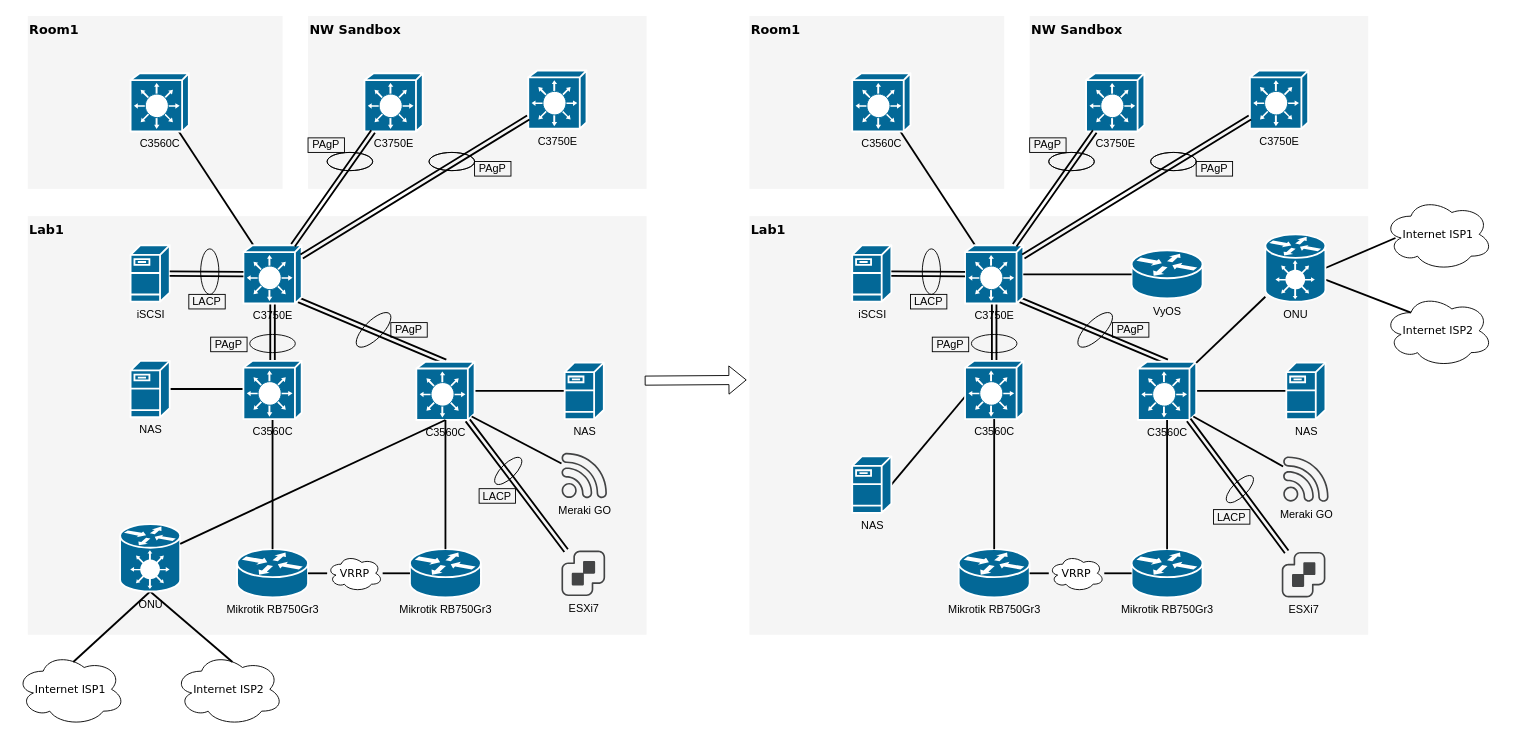
This is HomeNetwork_plan1.drawio from hirofumihida/drowio-home, a draw.io file, before an edit. Source tidied: cells renumbered, new cells numbered last; positions are measured from the earlier drawing's top-left corner, leaving out a move shared by most shapes. Both pictures are drawn from the tidied source at 91%, with x=0, y=0 at pixel (15, 15).
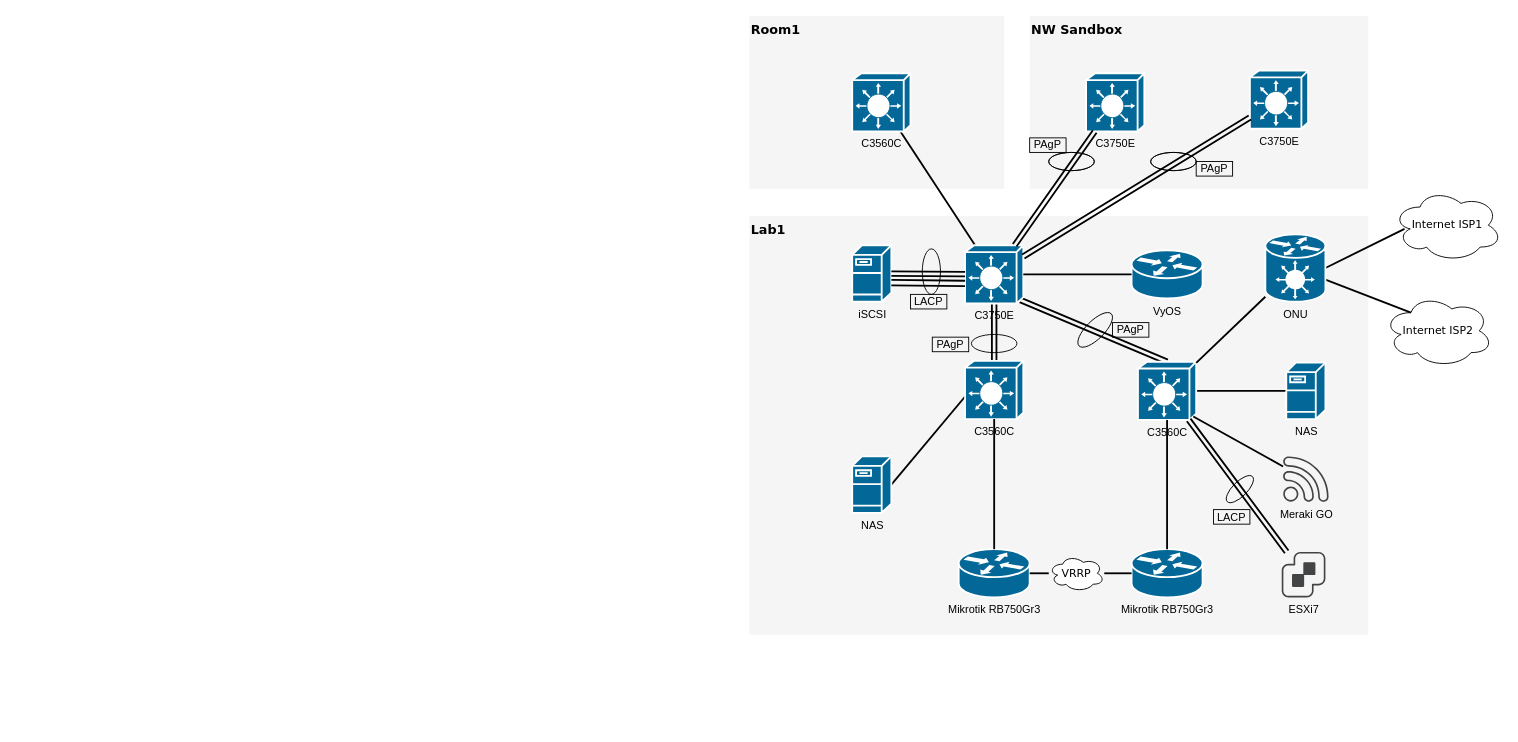
The same diagram, later.

Commit message:
HomeNetwork_plan1.drawio を更新します

What changed in the source:
```diff
@@
-    <mxCell id="2" value="NW Sandbox" style="whiteSpace=wrap;html=1;rounded=0;shadow=0;comic=0;strokeWidth=1;fontFamily=Verdana;fontSize=14;fillColor=#f5f5f5;strokeColor=none;verticalAlign=top;fontStyle=1;align=left;" parent="1" vertex="1">
-      <mxGeometry x="321" width="372" height="190" as="geometry" />
-    </mxCell>
-    <mxCell id="3" value="Room1" style="whiteSpace=wrap;html=1;rounded=0;shadow=0;comic=0;strokeWidth=1;fontFamily=Verdana;fontSize=14;fillColor=#f5f5f5;strokeColor=none;verticalAlign=top;fontStyle=1;align=left;" parent="1" vertex="1">
-      <mxGeometry x="13" width="280" height="190" as="geometry" />
-    </mxCell>
-    <mxCell id="4" value="Lab1" style="whiteSpace=wrap;html=1;rounded=0;shadow=0;comic=0;strokeWidth=1;fontFamily=Verdana;fontSize=14;fillColor=#f5f5f5;strokeColor=none;verticalAlign=top;fontStyle=1;align=left;" parent="1" vertex="1">
-      <mxGeometry x="13" y="220" width="680" height="460" as="geometry" />
-    </mxCell>
-    <mxCell id="5" style="edgeStyle=none;html=1;labelBackgroundColor=none;startFill=0;endArrow=none;endFill=0;strokeWidth=2;fontFamily=Verdana;fontSize=12;shape=link;" parent="1" edge="1" source="17" target="19">
-      <mxGeometry relative="1" as="geometry" />
-    </mxCell>
-    <mxCell id="6" style="edgeStyle=none;html=1;labelBackgroundColor=none;startFill=0;endArrow=none;endFill=0;strokeWidth=2;fontFamily=Verdana;fontSize=12;exitX=0.95;exitY=0.94;exitDx=0;exitDy=0;exitPerimeter=0;entryX=0.5;entryY=0;entryDx=0;entryDy=0;entryPerimeter=0;shape=link;" parent="1" edge="1" source="18" target="17">
-      <mxGeometry relative="1" as="geometry" />
-    </mxCell>
-    <mxCell id="7" style="edgeStyle=none;html=1;labelBackgroundColor=none;startFill=0;endArrow=none;endFill=0;strokeWidth=2;fontFamily=Verdana;fontSize=12;entryX=1;entryY=0.5;entryDx=0;entryDy=0;entryPerimeter=0;exitX=0.109;exitY=0.484;exitDx=0;exitDy=0;exitPerimeter=0;" parent="1" edge="1" source="27" target="21">
-      <mxGeometry relative="1" as="geometry" />
-    </mxCell>
-    <mxCell id="8" style="edgeStyle=none;html=1;labelBackgroundColor=none;startFill=0;endArrow=none;endFill=0;strokeWidth=2;fontFamily=Verdana;fontSize=12;entryX=0.5;entryY=0.172;entryDx=0;entryDy=0;entryPerimeter=0;exitX=0.5;exitY=1;exitDx=0;exitDy=0;exitPerimeter=0;shape=link;" parent="1" edge="1" source="18" target="27">
-      <mxGeometry relative="1" as="geometry" />
-    </mxCell>
-    <mxCell id="9" style="edgeStyle=none;html=1;labelBackgroundColor=none;startFill=0;endArrow=none;endFill=0;strokeWidth=2;fontFamily=Verdana;fontSize=12;" parent="1" edge="1" source="17" target="20">
-      <mxGeometry relative="1" as="geometry" />
-    </mxCell>
-    <mxCell id="10" style="edgeStyle=none;html=1;labelBackgroundColor=none;startFill=0;endArrow=none;endFill=0;strokeWidth=2;fontFamily=Verdana;fontSize=12;" parent="1" edge="1" source="22" target="18">
-      <mxGeometry relative="1" as="geometry" />
-    </mxCell>
-    <mxCell id="11" value="Internet ISP2" style="ellipse;shape=cloud;whiteSpace=wrap;html=1;rounded=0;shadow=0;comic=0;strokeWidth=1;fontFamily=Verdana;fontSize=12;" parent="1" vertex="1">
-      <mxGeometry x="174" y="700" width="120" height="80" as="geometry" />
-    </mxCell>
-    <mxCell id="12" value="&lt;span style=&quot;font-family: Helvetica;&quot;&gt;Mikrotik&amp;nbsp;&lt;/span&gt;&lt;font face=&quot;Helvetica&quot;&gt;RB750Gr3&lt;/font&gt;" style="shape=mxgraph.cisco.routers.router;html=1;dashed=0;fillColor=#036897;strokeColor=#ffffff;strokeWidth=2;verticalLabelPosition=bottom;verticalAlign=top;rounded=0;shadow=0;comic=0;fontFamily=Verdana;fontSize=12;" parent="1" vertex="1">
-      <mxGeometry x="243" y="586" width="78" height="53" as="geometry" />
-    </mxCell>
-    <mxCell id="13" style="edgeStyle=none;html=1;labelBackgroundColor=none;startFill=0;endArrow=none;endFill=0;strokeWidth=2;fontFamily=Verdana;fontSize=12;exitX=0.5;exitY=1;exitDx=0;exitDy=0;exitPerimeter=0;entryX=0.533;entryY=0.125;entryDx=0;entryDy=0;entryPerimeter=0;" parent="1" edge="1" source="49" target="11">
-      <mxGeometry relative="1" as="geometry" />
-    </mxCell>
-    <mxCell id="14" value="&lt;span style=&quot;font-family: Helvetica;&quot;&gt;Mikrotik&amp;nbsp;&lt;/span&gt;&lt;font face=&quot;Helvetica&quot;&gt;RB750Gr3&lt;/font&gt;" style="shape=mxgraph.cisco.routers.router;html=1;dashed=0;fillColor=#036897;strokeColor=#ffffff;strokeWidth=2;verticalLabelPosition=bottom;verticalAlign=top;rounded=0;shadow=0;comic=0;fontFamily=Verdana;fontSize=12;" parent="1" vertex="1">
-      <mxGeometry x="433" y="586" width="78" height="53" as="geometry" />
-    </mxCell>
-    <mxCell id="15" value="Internet ISP1" style="ellipse;shape=cloud;whiteSpace=wrap;html=1;rounded=0;shadow=0;comic=0;strokeWidth=1;fontFamily=Verdana;fontSize=12;" parent="1" vertex="1">
-      <mxGeometry y="700" width="120" height="80" as="geometry" />
-    </mxCell>
-    <mxCell id="16" style="edgeStyle=none;html=1;labelBackgroundColor=none;startFill=0;endArrow=none;endFill=0;strokeWidth=2;fontFamily=Verdana;fontSize=12;exitX=0.5;exitY=1;exitDx=0;exitDy=0;exitPerimeter=0;entryX=0.525;entryY=0.125;entryDx=0;entryDy=0;entryPerimeter=0;" parent="1" edge="1" source="49" target="15">
-      <mxGeometry relative="1" as="geometry" />
-    </mxCell>
-    <mxCell id="17" value="C3560C" style="shape=mxgraph.cisco.switches.layer_3_switch;sketch=0;html=1;dashed=0;fillColor=#036897;strokeColor=#ffffff;strokeWidth=2;verticalLabelPosition=bottom;verticalAlign=top;align=center;outlineConnect=0;" parent="1" vertex="1">
-      <mxGeometry x="440" y="380" width="64" height="64" as="geometry" />
-    </mxCell>
-    <mxCell id="18" value="C3750E" style="shape=mxgraph.cisco.switches.layer_3_switch;sketch=0;html=1;dashed=0;fillColor=#036897;strokeColor=#ffffff;strokeWidth=2;verticalLabelPosition=bottom;verticalAlign=top;align=center;outlineConnect=0;" parent="1" vertex="1">
-      <mxGeometry x="250" y="252" width="64" height="64" as="geometry" />
-    </mxCell>
-    <mxCell id="19" value="ESXi7" style="sketch=0;shadow=0;dashed=0;html=1;strokeColor=none;fillColor=#434445;labelPosition=center;verticalLabelPosition=bottom;verticalAlign=top;align=center;outlineConnect=0;shape=mxgraph.vvd.vcenter_server;" parent="1" vertex="1">
-      <mxGeometry x="599.5" y="587.5" width="48" height="50" as="geometry" />
-    </mxCell>
-    <mxCell id="20" value="NAS" style="shape=mxgraph.cisco.servers.fileserver;html=1;dashed=0;fillColor=#036897;strokeColor=#ffffff;strokeWidth=2;verticalLabelPosition=bottom;verticalAlign=top;align=center;outlineConnect=0;" parent="1" vertex="1">
-      <mxGeometry x="603" y="381" width="43" height="62" as="geometry" />
-    </mxCell>
-    <mxCell id="21" value="NAS" style="shape=mxgraph.cisco.servers.fileserver;html=1;dashed=0;fillColor=#036897;strokeColor=#ffffff;strokeWidth=2;verticalLabelPosition=bottom;verticalAlign=top;align=center;outlineConnect=0;" parent="1" vertex="1">
-      <mxGeometry x="126" y="379" width="43" height="62" as="geometry" />
-    </mxCell>
-    <mxCell id="22" value="C&lt;span style=&quot;background-color: initial;&quot;&gt;3560C&lt;/span&gt;" style="shape=mxgraph.cisco.switches.layer_3_switch;sketch=0;html=1;dashed=0;fillColor=#036897;strokeColor=#ffffff;strokeWidth=2;verticalLabelPosition=bottom;verticalAlign=top;align=center;outlineConnect=0;" parent="1" vertex="1">
-      <mxGeometry x="126" y="63" width="64" height="64" as="geometry" />
-    </mxCell>
-    <mxCell id="23" value="C3750E" style="shape=mxgraph.cisco.switches.layer_3_switch;sketch=0;html=1;dashed=0;fillColor=#036897;strokeColor=#ffffff;strokeWidth=2;verticalLabelPosition=bottom;verticalAlign=top;align=center;outlineConnect=0;" parent="1" vertex="1">
-      <mxGeometry x="383" y="63" width="64" height="64" as="geometry" />
-    </mxCell>
-    <mxCell id="24" value="C3750E" style="shape=mxgraph.cisco.switches.layer_3_switch;sketch=0;html=1;dashed=0;fillColor=#036897;strokeColor=#ffffff;strokeWidth=2;verticalLabelPosition=bottom;verticalAlign=top;align=center;outlineConnect=0;" parent="1" vertex="1">
-      <mxGeometry x="563" y="60" width="64" height="64" as="geometry" />
-    </mxCell>
-    <mxCell id="25" value="iSCSI" style="shape=mxgraph.cisco.servers.fileserver;html=1;dashed=0;fillColor=#036897;strokeColor=#ffffff;strokeWidth=2;verticalLabelPosition=bottom;verticalAlign=top;align=center;outlineConnect=0;" parent="1" vertex="1">
-      <mxGeometry x="126" y="252" width="43" height="62" as="geometry" />
-    </mxCell>
-    <mxCell id="26" style="edgeStyle=none;html=1;labelBackgroundColor=none;startFill=0;endArrow=none;endFill=0;strokeWidth=2;fontFamily=Verdana;fontSize=12;entryX=0.5;entryY=0;entryDx=0;entryDy=0;entryPerimeter=0;" parent="1" edge="1" source="27" target="12">
-      <mxGeometry relative="1" as="geometry" />
-    </mxCell>
-    <mxCell id="27" value="C3560C" style="shape=mxgraph.cisco.switches.layer_3_switch;sketch=0;html=1;dashed=0;fillColor=#036897;strokeColor=#ffffff;strokeWidth=2;verticalLabelPosition=bottom;verticalAlign=top;align=center;outlineConnect=0;" parent="1" vertex="1">
-      <mxGeometry x="250" y="379" width="64" height="64" as="geometry" />
-    </mxCell>
-    <mxCell id="28" style="edgeStyle=none;html=1;labelBackgroundColor=none;startFill=0;endArrow=none;endFill=0;strokeWidth=2;fontFamily=Verdana;fontSize=12;exitX=0.5;exitY=1;exitDx=0;exitDy=0;exitPerimeter=0;" parent="1" edge="1" source="17" target="14">
-      <mxGeometry relative="1" as="geometry" />
-    </mxCell>
-    <mxCell id="29" style="edgeStyle=none;html=1;labelBackgroundColor=none;startFill=0;endArrow=none;endFill=0;strokeWidth=2;fontFamily=Verdana;fontSize=12;shape=link;" parent="1" edge="1" source="25" target="18">
-      <mxGeometry relative="1" as="geometry" />
-    </mxCell>
-    <mxCell id="30" style="edgeStyle=none;html=1;labelBackgroundColor=none;startFill=0;endArrow=none;endFill=0;strokeWidth=2;fontFamily=Verdana;fontSize=12;shape=link;" parent="1" edge="1" source="18" target="24">
-      <mxGeometry relative="1" as="geometry" />
-    </mxCell>
-    <mxCell id="31" style="ellipse;whiteSpace=wrap;html=1;fillColor=none;" parent="1" vertex="1">
-      <mxGeometry x="257" y="350" width="50" height="20" as="geometry" />
-    </mxCell>
-    <mxCell id="32" style="ellipse;whiteSpace=wrap;html=1;fillColor=none;" parent="1" vertex="1">
-      <mxGeometry x="454" y="150" width="50" height="20" as="geometry" />
-    </mxCell>
-    <mxCell id="33" style="edgeStyle=none;html=1;labelBackgroundColor=none;startFill=0;endArrow=none;endFill=0;strokeWidth=2;fontFamily=Verdana;fontSize=12;shape=link;" parent="1" edge="1" source="18" target="23">
-      <mxGeometry relative="1" as="geometry" />
-    </mxCell>
-    <mxCell id="34" style="ellipse;whiteSpace=wrap;html=1;fillColor=none;direction=south;" parent="1" vertex="1">
-      <mxGeometry x="203" y="256" width="20" height="50" as="geometry" />
-    </mxCell>
-    <mxCell id="35" style="ellipse;whiteSpace=wrap;html=1;fillColor=none;" parent="1" vertex="1">
-      <mxGeometry x="454" y="150" width="50" height="20" as="geometry" />
-    </mxCell>
-    <mxCell id="36" style="ellipse;whiteSpace=wrap;html=1;fillColor=none;" parent="1" vertex="1">
-      <mxGeometry x="342" y="150" width="50" height="20" as="geometry" />
-    </mxCell>
-    <mxCell id="37" style="ellipse;whiteSpace=wrap;html=1;fillColor=none;" parent="1" vertex="1">
-      <mxGeometry x="342" y="150" width="50" height="20" as="geometry" />
-    </mxCell>
-    <mxCell id="38" style="ellipse;whiteSpace=wrap;html=1;fillColor=none;direction=south;rotation=45;" parent="1" vertex="1">
-      <mxGeometry x="383" y="320" width="20" height="50" as="geometry" />
-    </mxCell>
-    <mxCell id="39" value="Meraki GO" style="sketch=0;shadow=0;dashed=0;html=1;strokeColor=none;fillColor=#434445;labelPosition=center;verticalLabelPosition=bottom;verticalAlign=top;align=center;outlineConnect=0;shape=mxgraph.vvd.wi_fi;" parent="1" vertex="1">
-      <mxGeometry x="599.5" y="480" width="50" height="50" as="geometry" />
-    </mxCell>
-    <mxCell id="40" style="edgeStyle=none;html=1;labelBackgroundColor=none;startFill=0;endArrow=none;endFill=0;strokeWidth=2;fontFamily=Verdana;fontSize=12;exitX=0.95;exitY=0.94;exitDx=0;exitDy=0;exitPerimeter=0;" parent="1" edge="1" source="17" target="39">
-      <mxGeometry relative="1" as="geometry" />
-    </mxCell>
-    <mxCell id="41" style="ellipse;whiteSpace=wrap;html=1;fillColor=none;direction=north;rotation=45;" parent="1" vertex="1">
-      <mxGeometry x="533" y="480.5" width="16" height="39" as="geometry" />
-    </mxCell>
-    <mxCell id="42" value="LACP" style="rounded=0;whiteSpace=wrap;html=1;fillColor=none;" parent="1" vertex="1">
-      <mxGeometry x="509" y="519.5" width="40" height="16" as="geometry" />
-    </mxCell>
-    <mxCell id="43" value="LACP" style="rounded=0;whiteSpace=wrap;html=1;fillColor=none;" parent="1" vertex="1">
-      <mxGeometry x="190" y="306" width="40" height="16" as="geometry" />
-    </mxCell>
-    <mxCell id="44" value="PAgP" style="rounded=0;whiteSpace=wrap;html=1;fillColor=none;" parent="1" vertex="1">
-      <mxGeometry x="412" y="337" width="40" height="16" as="geometry" />
-    </mxCell>
-    <mxCell id="45" value="PAgP" style="rounded=0;whiteSpace=wrap;html=1;fillColor=none;" parent="1" vertex="1">
-      <mxGeometry x="214" y="353" width="40" height="16" as="geometry" />
-    </mxCell>
-    <mxCell id="46" value="PAgP" style="rounded=0;whiteSpace=wrap;html=1;fillColor=none;" parent="1" vertex="1">
-      <mxGeometry x="321" y="134" width="40" height="16" as="geometry" />
-    </mxCell>
-    <mxCell id="47" value="PAgP" style="rounded=0;whiteSpace=wrap;html=1;fillColor=none;" parent="1" vertex="1">
-      <mxGeometry x="504" y="160" width="40" height="16" as="geometry" />
-    </mxCell>
-    <mxCell id="48" style="shape=flexArrow;endArrow=classic;html=1;rounded=0;exitX=0.997;exitY=0.393;exitDx=0;exitDy=0;exitPerimeter=0;" parent="1" edge="1" source="4">
-      <mxGeometry relative="1" as="geometry">
-        <mxPoint x="803" y="400" as="targetPoint" />
-      </mxGeometry>
-    </mxCell>
-    <mxCell id="49" value="ONU" style="shape=mxgraph.cisco.hubs_and_gateways.generic_gateway;sketch=0;html=1;dashed=0;fillColor=#036897;strokeColor=#ffffff;strokeWidth=2;verticalLabelPosition=bottom;verticalAlign=top;align=center;outlineConnect=0;" parent="1" vertex="1">
-      <mxGeometry x="114.5" y="558.5" width="66" height="74" as="geometry" />
-    </mxCell>
-    <mxCell id="50" value="VRRP" style="ellipse;shape=cloud;whiteSpace=wrap;html=1;rounded=0;shadow=0;comic=0;strokeWidth=1;fontFamily=Verdana;fontSize=12;" parent="1" vertex="1">
-      <mxGeometry x="342" y="592.5" width="61" height="40" as="geometry" />
-    </mxCell>
-    <mxCell id="51" style="edgeStyle=none;html=1;labelBackgroundColor=none;startFill=0;endArrow=none;endFill=0;strokeWidth=2;fontFamily=Verdana;fontSize=12;exitX=1;exitY=0.5;exitDx=0;exitDy=0;exitPerimeter=0;" parent="1" edge="1" source="12" target="50">
-      <mxGeometry relative="1" as="geometry" />
-    </mxCell>
-    <mxCell id="52" style="edgeStyle=none;html=1;labelBackgroundColor=none;startFill=0;endArrow=none;endFill=0;strokeWidth=2;fontFamily=Verdana;fontSize=12;" parent="1" edge="1" source="14" target="50">
-      <mxGeometry relative="1" as="geometry" />
-    </mxCell>
-    <mxCell id="53" style="edgeStyle=none;html=1;labelBackgroundColor=none;startFill=0;endArrow=none;endFill=0;strokeWidth=2;fontFamily=Verdana;fontSize=12;entryX=0.5;entryY=1;entryDx=0;entryDy=0;entryPerimeter=0;" parent="1" edge="1" source="49" target="17">
-      <mxGeometry relative="1" as="geometry" />
-    </mxCell>
@@
     <mxCell id="66" value="Internet ISP1" style="ellipse;shape=cloud;whiteSpace=wrap;html=1;rounded=0;shadow=0;comic=0;strokeWidth=1;fontFamily=Verdana;fontSize=12;" parent="1" vertex="1">
-      <mxGeometry x="1503" y="200" width="120" height="80" as="geometry" />
+      <mxGeometry x="1513" y="190" width="120" height="80" as="geometry" />
     </mxCell>
@@
+    <mxCell id="108" style="edgeStyle=none;html=1;labelBackgroundColor=none;startFill=0;endArrow=none;endFill=0;strokeWidth=2;fontFamily=Verdana;fontSize=12;shape=link;width=-7;" parent="1" edge="1">
+      <mxGeometry relative="1" as="geometry">
+        <mxPoint x="962" y="293" as="sourcePoint" />
+        <mxPoint x="1043" y="294" as="targetPoint" />
+      </mxGeometry>
+    </mxCell>
```
